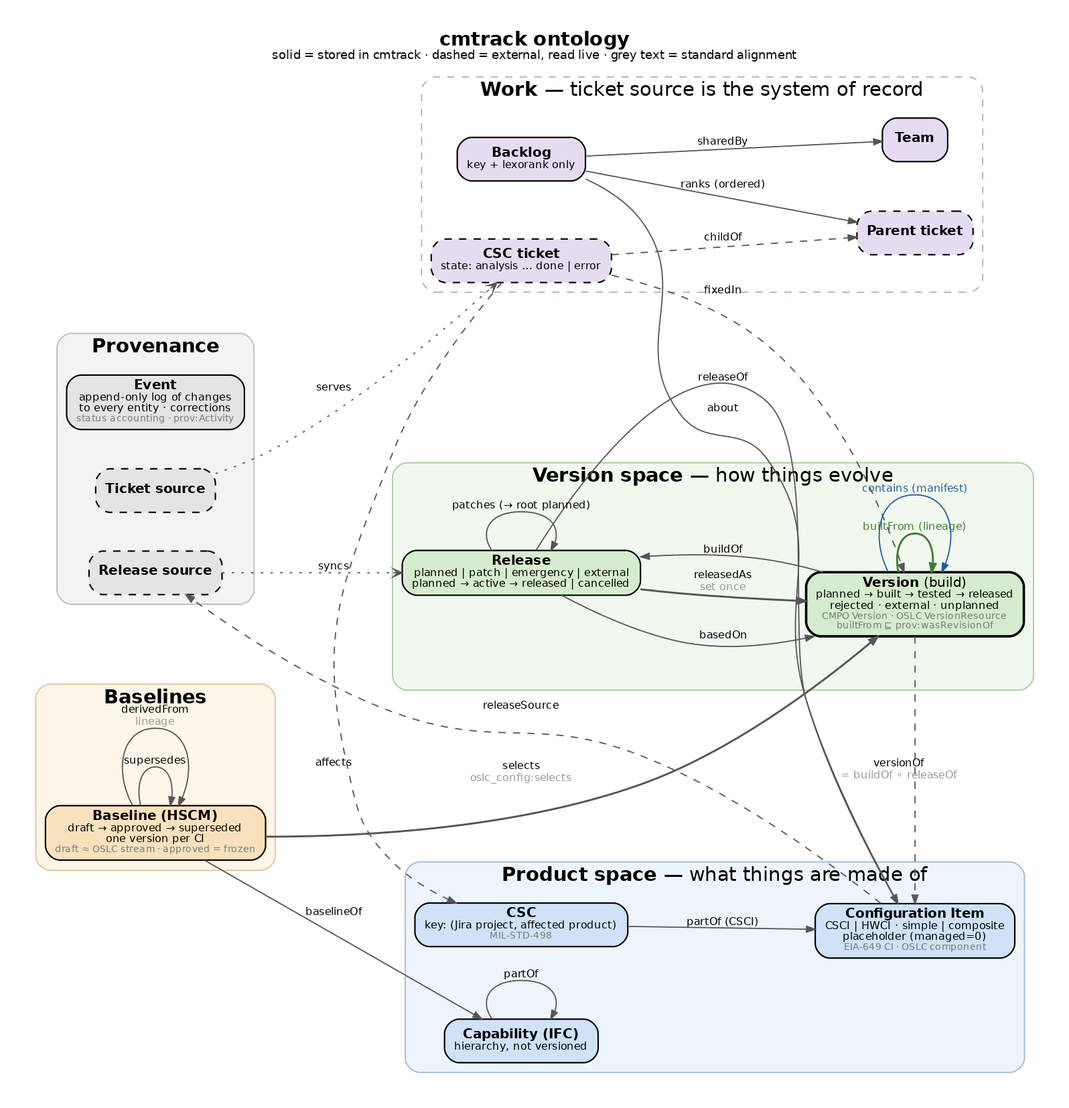
This is docs/ontology.png from fillet54/Cmstatus, a Graphviz export, as it was before one commit. Its source is kept beside it as docs/ontology.dot.
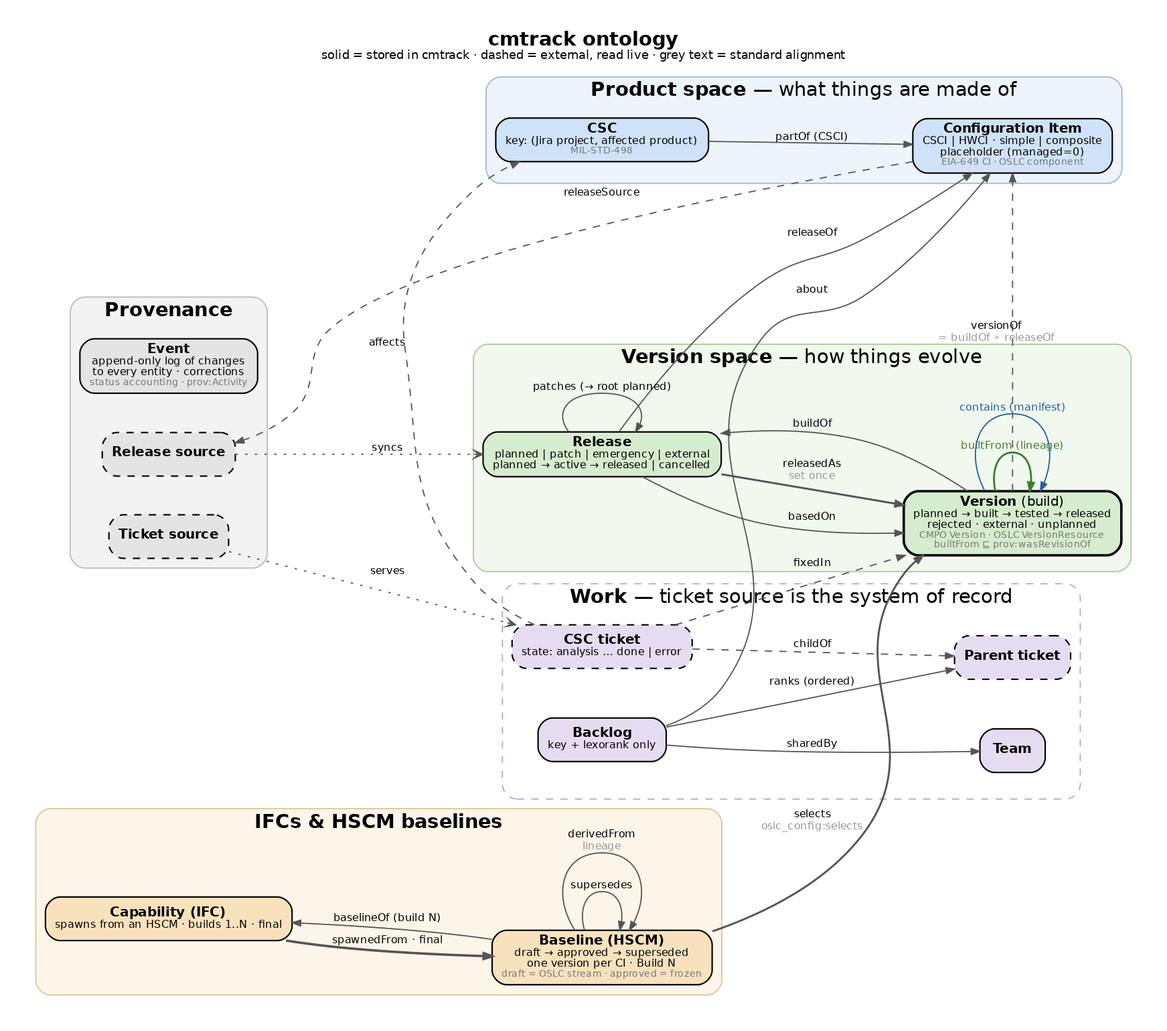
After the change.

Diff of the diagram source:
```diff
@@ -9,7 +9,6 @@
     label=<<b>Product space</b> — what things are made of>; style="rounded,filled"; fillcolor="#eef4fb"; color="#9bb8d8";
     CI  [label=<<b>Configuration Item</b><br/><font point-size="9">CSCI | HWCI · simple | composite<br/>placeholder (managed=0)</font><br/><font point-size="8" color="#777777">EIA-649 CI · OSLC component</font>>, fillcolor="#cfe2f7"];
     CSC [label=<<b>CSC</b><br/><font point-size="9">key: (Jira project, affected product)</font><br/><font point-size="8" color="#777777">MIL-STD-498</font>>, fillcolor="#cfe2f7"];
-    Cap [label=<<b>Capability (IFC)</b><br/><font point-size="9">hierarchy, not versioned</font>>, fillcolor="#cfe2f7"];
   }
 
   subgraph cluster_version {
@@ -19,8 +18,9 @@
   }
 
   subgraph cluster_baseline {
-    label=<<b>Baselines</b>>; style="rounded,filled"; fillcolor="#fdf5e8"; color="#e0c38f";
-    Base [label=<<b>Baseline (HSCM)</b><br/><font point-size="9">draft → approved → superseded<br/>one version per CI</font><br/><font point-size="8" color="#777777">draft ≈ OSLC stream · approved = frozen</font>>, fillcolor="#f7e2bd"];
+    label=<<b>IFCs &amp; HSCM baselines</b>>; style="rounded,filled"; fillcolor="#fdf5e8"; color="#e0c38f";
+    Cap [label=<<b>Capability (IFC)</b><br/><font point-size="9">spawns from an HSCM · builds 1..N · final</font>>, fillcolor="#f7e2bd"];
+    Base [label=<<b>Baseline (HSCM)</b><br/><font point-size="9">draft → approved → superseded<br/>one version per CI · Build N</font><br/><font point-size="8" color="#777777">draft ≈ OSLC stream · approved = frozen</font>>, fillcolor="#f7e2bd"];
   }
 
   subgraph cluster_work {
@@ -39,7 +39,6 @@
   }
 
   CSC -> CI  [label="partOf (CSCI)"];
-  Cap -> Cap [label="partOf"];
 
   Rel -> CI  [label="releaseOf"];
   Ver -> Rel [label="buildOf"];
@@ -50,7 +49,8 @@
   Rel -> Ver [label="basedOn"];
   Rel -> Ver [label=<releasedAs<br/><font color="#999999">set once</font>>, penwidth=1.6];
 
-  Base -> Cap  [label="baselineOf"];
+  Base -> Cap  [label="baselineOf (build N)"];
+  Cap -> Base  [label="spawnedFrom · final", style=bold];
   Base -> Ver  [label=<selects<br/><font color="#999999">oslc_config:selects</font>>, penwidth=1.6];
   Base -> Base [label="supersedes"];
   Base -> Base [label=<derivedFrom<br/><font color="#999999">lineage</font>>];
```
